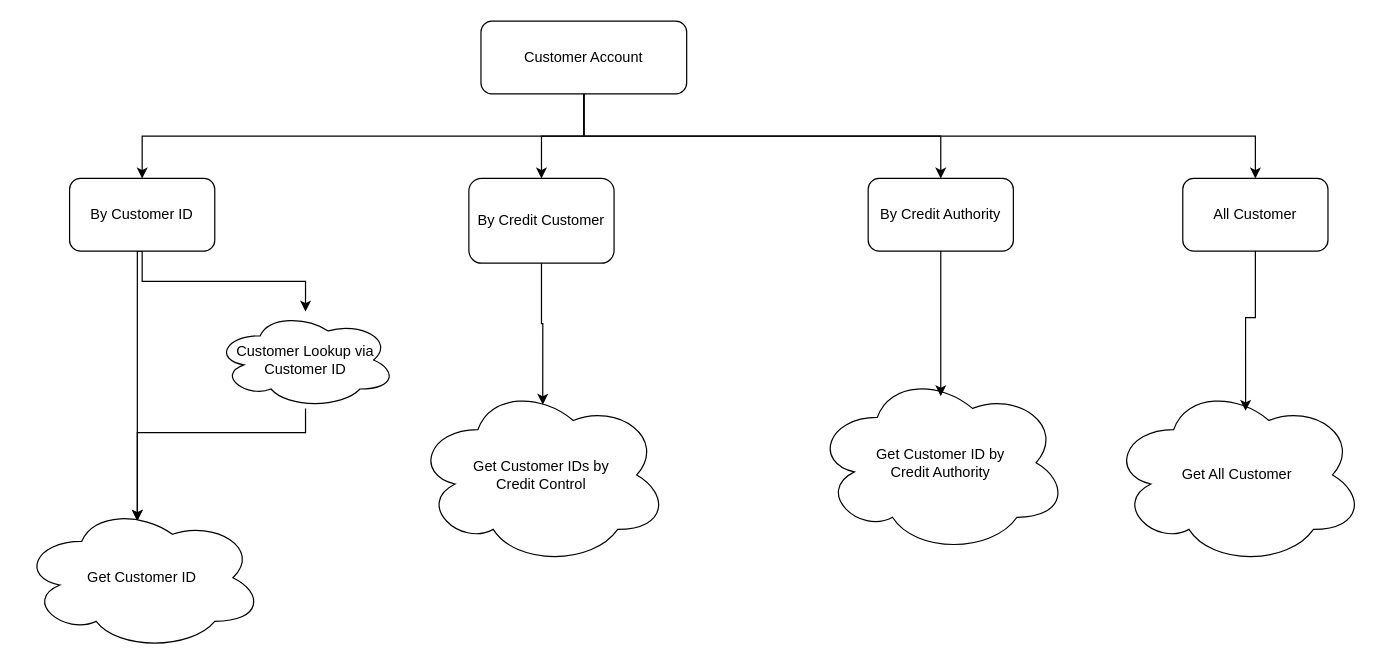
Above: Customer Account Maintenance.drawio in eme-invera/Customer_Maintenance (draw.io), before the change. Source tidied: cells renumbered, new cells numbered last; positions are measured from the earlier drawing's top-left corner, leaving out a move shared by most shapes. Both pictures are drawn from the tidied source at 121%, with x=0, y=0 at pixel (21, 21).
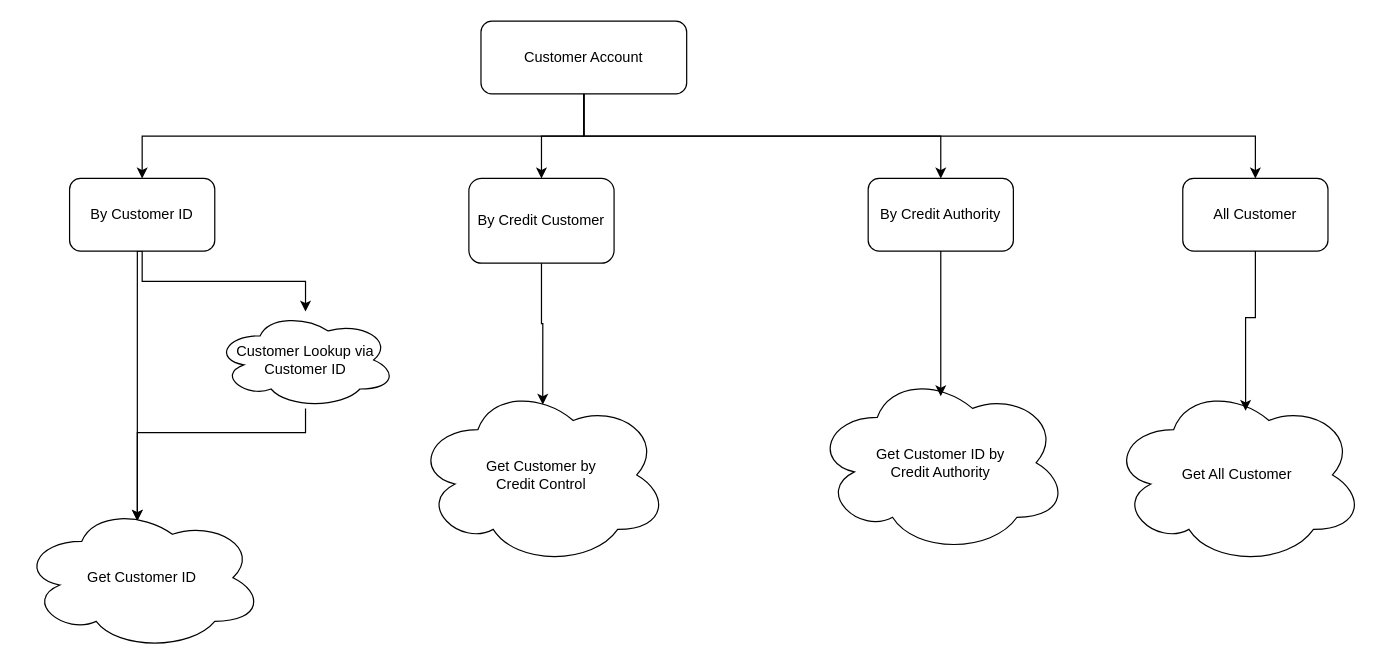
The same page after the edit.

The edit, as a diff of the source:
```diff
@@
-    <mxCell id="16" value="Get Customer IDs by &lt;br&gt;Credit Control" style="ellipse;shape=cloud;whiteSpace=wrap;html=1;" parent="1" vertex="1">
+    <mxCell id="16" value="Get Customer by &lt;br&gt;Credit Control" style="ellipse;shape=cloud;whiteSpace=wrap;html=1;" parent="1" vertex="1">
       <mxGeometry x="325" y="300" width="210" height="150" as="geometry" />
     </mxCell>
```
